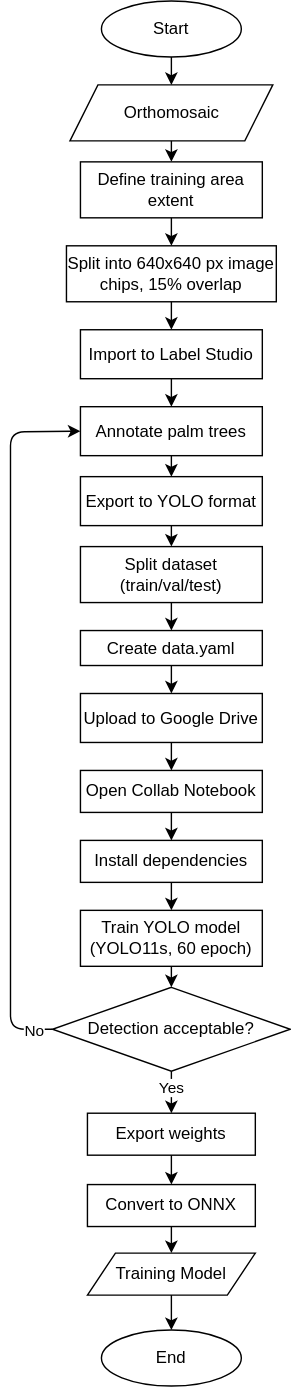
The draw.io diagram Projects/BuenosAiresPalm/yolo-flow.svg in hicsuntdracone/Portfolio, before a commit. Source tidied: cells renumbered, new cells last; positions are measured from the earlier drawing's top-left corner, leaving out a move shared by most shapes.
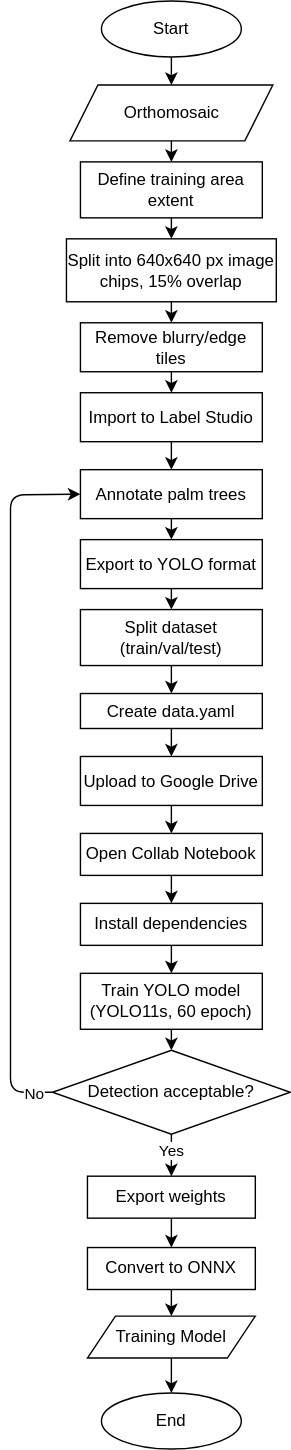
The same diagram one commit later.

Change to the diagram source:
```diff
@@ -1,4 +1,4 @@
-<mxGraphModel>
+<mxGraphModel background="#ffffff">
   <root>
     <mxCell id="0" />
     <mxCell id="1" parent="0" />
@@ -9,22 +9,22 @@
       <mxGeometry relative="1" as="geometry" />
     </mxCell>
     <mxCell id="4" value="Define training area extent" style="whiteSpace=wrap;html=1;fillColor=none;" parent="1" vertex="1">
-      <mxGeometry x="50" y="115" width="130" height="40" as="geometry" />
+      <mxGeometry x="50" y="70" width="130" height="40" as="geometry" />
     </mxCell>
     <mxCell id="5" value="Orthomosaic" style="shape=parallelogram;perimeter=parallelogramPerimeter;whiteSpace=wrap;html=1;fixedSize=1;fillColor=none;" parent="1" vertex="1">
-      <mxGeometry x="42.5" y="60" width="145" height="40" as="geometry" />
+      <mxGeometry x="42.5" y="15" width="145" height="40" as="geometry" />
     </mxCell>
     <mxCell id="6" value="Start" style="ellipse;whiteSpace=wrap;html=1;fillColor=none;" parent="1" vertex="1">
-      <mxGeometry x="65" width="100" height="40" as="geometry" />
+      <mxGeometry x="65" y="-45" width="100" height="40" as="geometry" />
     </mxCell>
     <mxCell id="7" style="edgeStyle=none;html=1;entryX=0.5;entryY=0;entryDx=0;entryDy=0;" parent="1" edge="1" source="6" target="5">
       <mxGeometry relative="1" as="geometry" />
     </mxCell>
-    <mxCell id="8" style="edgeStyle=none;html=1;" parent="1" edge="1" source="9" target="11">
-      <mxGeometry relative="1" as="geometry" />
-    </mxCell>
+    <mxCell id="40" style="edgeStyle=none;html=1;entryX=0.5;entryY=0;entryDx=0;entryDy=0;" parent="1" edge="1" source="9" target="42">
+      <mxGeometry relative="1" as="geometry" />
+    </mxCell>
     <mxCell id="9" value="&lt;span style=&quot;color: rgb(0, 0, 0);&quot;&gt;Split into 640x640 px image chips, 15% overlap&lt;/span&gt;" style="whiteSpace=wrap;html=1;fillColor=none;" parent="1" vertex="1">
-      <mxGeometry x="40" y="175" width="150" height="40" as="geometry" />
+      <mxGeometry x="40" y="125" width="150" height="45" as="geometry" />
     </mxCell>
     <mxCell id="10" style="edgeStyle=none;html=1;" parent="1" edge="1" source="11" target="13">
       <mxGeometry relative="1" as="geometry" />
@@ -123,5 +123,11 @@
     <mxCell id="39" value="Open Collab Notebook" style="whiteSpace=wrap;html=1;fillColor=none;" parent="1" vertex="1">
       <mxGeometry x="50" y="550" width="130" height="30" as="geometry" />
     </mxCell>
+    <mxCell id="41" style="edgeStyle=none;html=1;entryX=0.5;entryY=0;entryDx=0;entryDy=0;" parent="1" edge="1" source="42" target="11">
+      <mxGeometry relative="1" as="geometry" />
+    </mxCell>
+    <mxCell id="42" value="Remove blurry/edge tiles" style="whiteSpace=wrap;html=1;fillColor=none;" parent="1" vertex="1">
+      <mxGeometry x="50" y="185" width="130" height="35" as="geometry" />
+    </mxCell>
   </root>
 </mxGraphModel>
```
